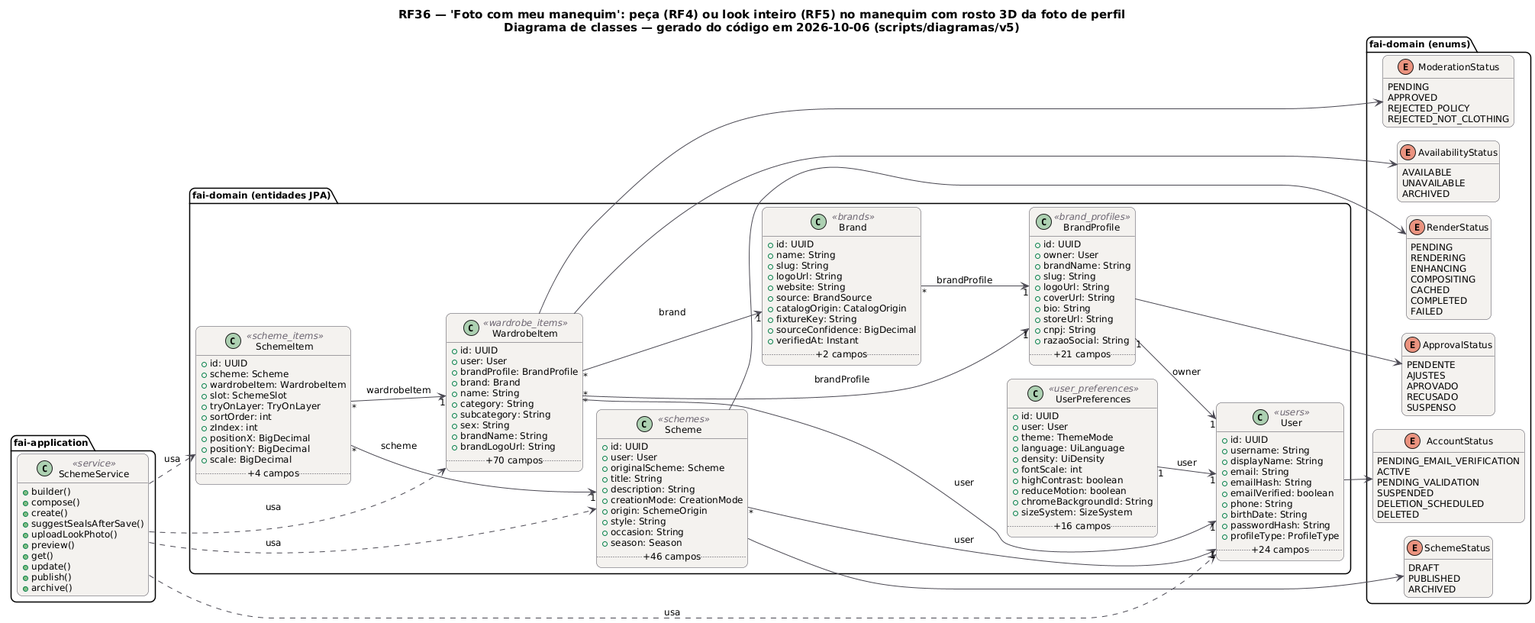
This is docs/diagramas/RF36/RF36_Classes.png from MatheusHaliski/tcc-2026-fashion-ai-backend, a PlantUML export, as it was before one commit. The source it was exported from:
```plantuml
@startuml RF36_Classes
!pragma layout smetana
skinparam backgroundColor #FFFFFF
skinparam shadowing false
skinparam defaultFontName "DejaVu Sans"
skinparam defaultFontSize 12
skinparam titleFontSize 15
skinparam roundcorner 14
skinparam ArrowColor #52606D
skinparam note {
  BackgroundColor #FFFDEB
  BorderColor #D8CE78
  FontColor #554F24
}
skinparam class {
  BackgroundColor #F4F2EF
  BorderColor #4A4852
  ArrowColor #4A4852
  StereotypeFontColor #6B6470
}
hide empty members
left to right direction
title RF36 — 'Foto com meu manequim': peça (RF4) ou look inteiro (RF5) no manequim com rosto 3D da foto de perfil\nDiagrama de classes — gerado do código em 2026-10-06 (scripts/diagramas/v5)

package "fai-domain (entidades JPA)" {
  class Brand <<brands>> {
    +id: UUID
    +name: String
    +slug: String
    +logoUrl: String
    +website: String
    +source: BrandSource
    +catalogOrigin: CatalogOrigin
    +fixtureKey: String
    +sourceConfidence: BigDecimal
    +verifiedAt: Instant
    .. +2 campos ..
  }
  class BrandProfile <<brand_profiles>> {
    +id: UUID
    +owner: User
    +brandName: String
    +slug: String
    +logoUrl: String
    +coverUrl: String
    +bio: String
    +storeUrl: String
    +cnpj: String
    +razaoSocial: String
    .. +21 campos ..
  }
  class Scheme <<schemes>> {
    +id: UUID
    +user: User
    +originalScheme: Scheme
    +title: String
    +description: String
    +creationMode: CreationMode
    +origin: SchemeOrigin
    +style: String
    +occasion: String
    +season: Season
    .. +46 campos ..
  }
  class SchemeItem <<scheme_items>> {
    +id: UUID
    +scheme: Scheme
    +wardrobeItem: WardrobeItem
    +slot: SchemeSlot
    +tryOnLayer: TryOnLayer
    +sortOrder: int
    +zIndex: int
    +positionX: BigDecimal
    +positionY: BigDecimal
    +scale: BigDecimal
    .. +4 campos ..
  }
  class User <<users>> {
    +id: UUID
    +username: String
    +displayName: String
    +email: String
    +emailHash: String
    +emailVerified: boolean
    +phone: String
    +birthDate: String
    +passwordHash: String
    +profileType: ProfileType
    .. +24 campos ..
  }
  class UserPreferences <<user_preferences>> {
    +id: UUID
    +user: User
    +theme: ThemeMode
    +language: UiLanguage
    +density: UiDensity
    +fontScale: int
    +highContrast: boolean
    +reduceMotion: boolean
    +chromeBackgroundId: String
    +sizeSystem: SizeSystem
    .. +16 campos ..
  }
  class WardrobeItem <<wardrobe_items>> {
    +id: UUID
    +user: User
    +brandProfile: BrandProfile
    +brand: Brand
    +name: String
    +category: String
    +subcategory: String
    +sex: String
    +brandName: String
    +brandLogoUrl: String
    .. +70 campos ..
  }
}
package "fai-domain (enums)" {
  enum ApprovalStatus {
    PENDENTE
    AJUSTES
    APROVADO
    RECUSADO
    SUSPENSO
  }
  enum SchemeStatus {
    DRAFT
    PUBLISHED
    ARCHIVED
  }
  enum RenderStatus {
    PENDING
    RENDERING
    ENHANCING
    COMPOSITING
    CACHED
    COMPLETED
    FAILED
  }
  enum AccountStatus {
    PENDING_EMAIL_VERIFICATION
    ACTIVE
    PENDING_VALIDATION
    SUSPENDED
    DELETION_SCHEDULED
    DELETED
  }
  enum AvailabilityStatus {
    AVAILABLE
    UNAVAILABLE
    ARCHIVED
  }
  enum ModerationStatus {
    PENDING
    APPROVED
    REJECTED_POLICY
    REJECTED_NOT_CLOTHING
  }
}
package "fai-application" {
  class SchemeService <<service>> {
    +builder()
    +compose()
    +create()
    +suggestSealsAfterSave()
    +uploadLookPhoto()
    +preview()
    +get()
    +update()
    +publish()
    +archive()
  }
}
SchemeService ..> Scheme : usa
SchemeService ..> SchemeItem : usa
SchemeService ..> User : usa
SchemeService ..> WardrobeItem : usa
Brand "*" --> "1" BrandProfile : brandProfile
BrandProfile "1" --> "1" User : owner
BrandProfile --> ApprovalStatus
Scheme "*" --> "1" User : user
Scheme --> RenderStatus
Scheme --> SchemeStatus
SchemeItem "*" --> "1" Scheme : scheme
SchemeItem "*" --> "1" WardrobeItem : wardrobeItem
User --> AccountStatus
UserPreferences "1" --> "1" User : user
WardrobeItem "*" --> "1" Brand : brand
WardrobeItem "*" --> "1" BrandProfile : brandProfile
WardrobeItem "*" --> "1" User : user
WardrobeItem --> AvailabilityStatus
WardrobeItem --> ModerationStatus
@enduml
```
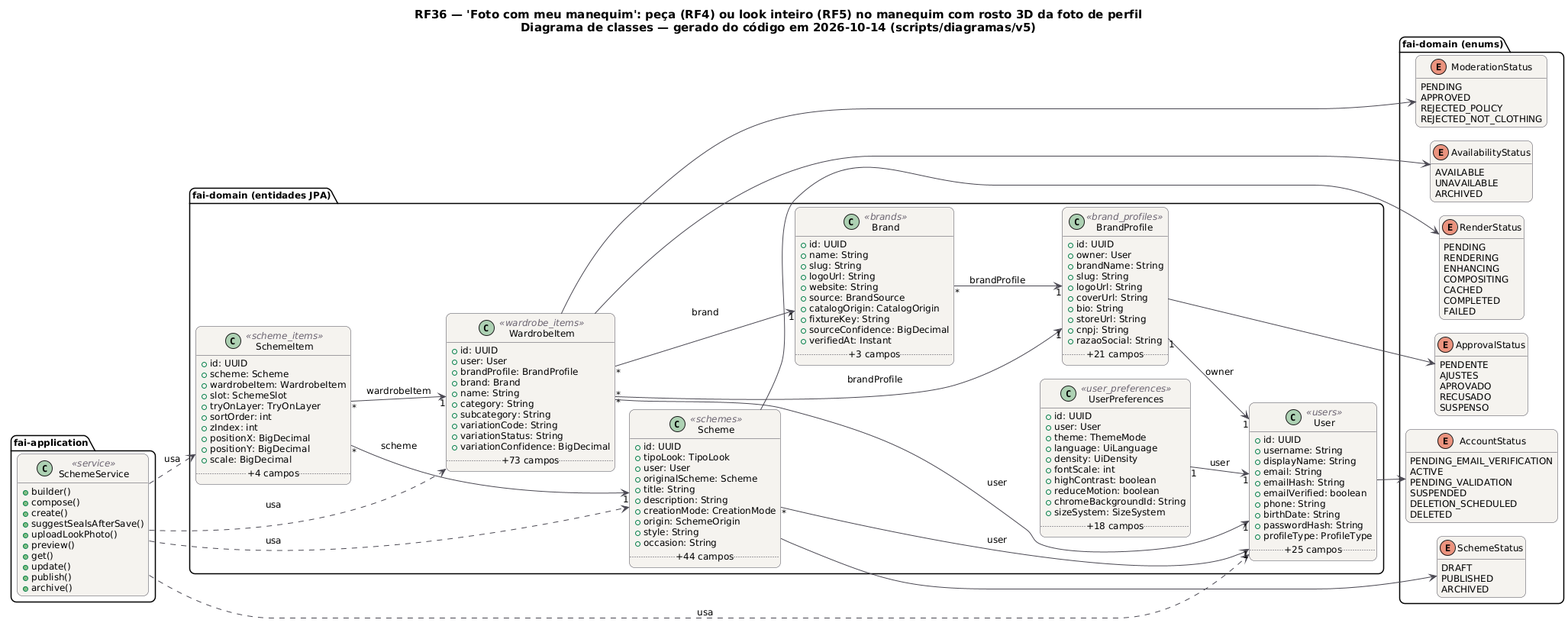
The same file after the commit.

Change to the diagram source:
```diff
@@ -20,7 +20,7 @@
 }
 hide empty members
 left to right direction
-title RF36 — 'Foto com meu manequim': peça (RF4) ou look inteiro (RF5) no manequim com rosto 3D da foto de perfil\nDiagrama de classes — gerado do código em 2026-10-06 (scripts/diagramas/v5)
+title RF36 — 'Foto com meu manequim': peça (RF4) ou look inteiro (RF5) no manequim com rosto 3D da foto de perfil\nDiagrama de classes — gerado do código em 2026-10-14 (scripts/diagramas/v5)
 
 package "fai-domain (entidades JPA)" {
   class Brand <<brands>> {
@@ -34,7 +34,7 @@
     +fixtureKey: String
     +sourceConfidence: BigDecimal
     +verifiedAt: Instant
-    .. +2 campos ..
+    .. +3 campos ..
   }
   class BrandProfile <<brand_profiles>> {
     +id: UUID
@@ -51,6 +51,7 @@
   }
   class Scheme <<schemes>> {
     +id: UUID
+    +tipoLook: TipoLook
     +user: User
     +originalScheme: Scheme
     +title: String
@@ -59,8 +60,7 @@
     +origin: SchemeOrigin
     +style: String
     +occasion: String
-    +season: Season
-    .. +46 campos ..
+    .. +44 campos ..
   }
   class SchemeItem <<scheme_items>> {
     +id: UUID
@@ -86,7 +86,7 @@
     +birthDate: String
     +passwordHash: String
     +profileType: ProfileType
-    .. +24 campos ..
+    .. +25 campos ..
   }
   class UserPreferences <<user_preferences>> {
     +id: UUID
@@ -99,7 +99,7 @@
     +reduceMotion: boolean
     +chromeBackgroundId: String
     +sizeSystem: SizeSystem
-    .. +16 campos ..
+    .. +18 campos ..
   }
   class WardrobeItem <<wardrobe_items>> {
     +id: UUID
@@ -109,10 +109,10 @@
     +name: String
     +category: String
     +subcategory: String
-    +sex: String
-    +brandName: String
-    +brandLogoUrl: String
-    .. +70 campos ..
+    +variationCode: String
+    +variationStatus: String
+    +variationConfidence: BigDecimal
+    .. +73 campos ..
   }
 }
 package "fai-domain (enums)" {
```
